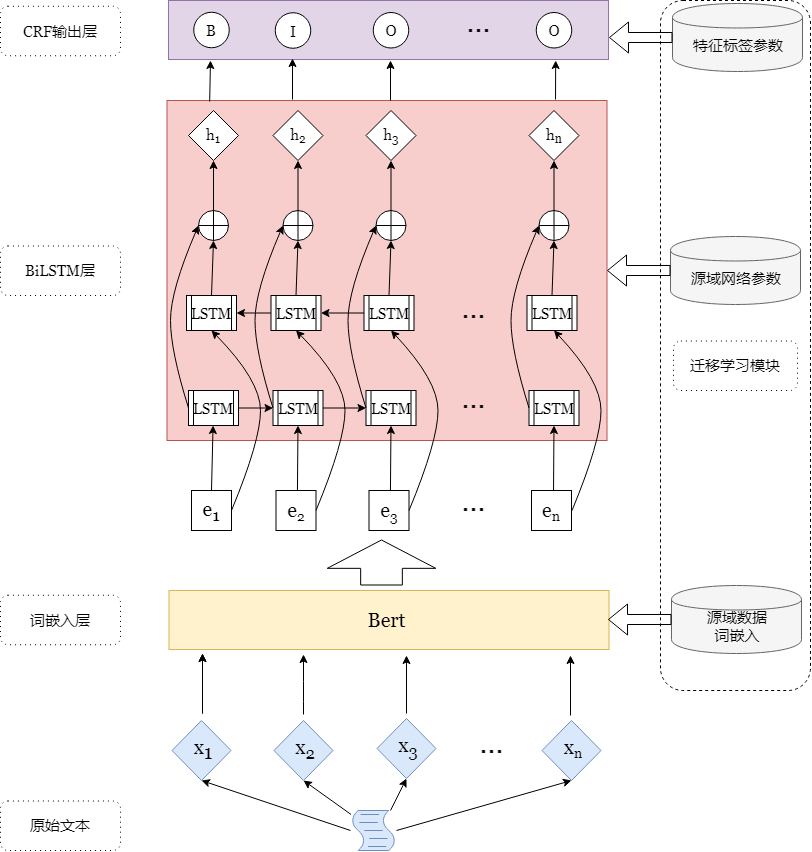
The draw.io diagram Trans-Bert-BiLSTM-CRF-CN.png in yhx123hero/CyberspaceSecurity_NER, before a commit. Source tidied: cells renumbered, new cells last; positions are measured from the earlier drawing's top-left corner, leaving out a move shared by most shapes.
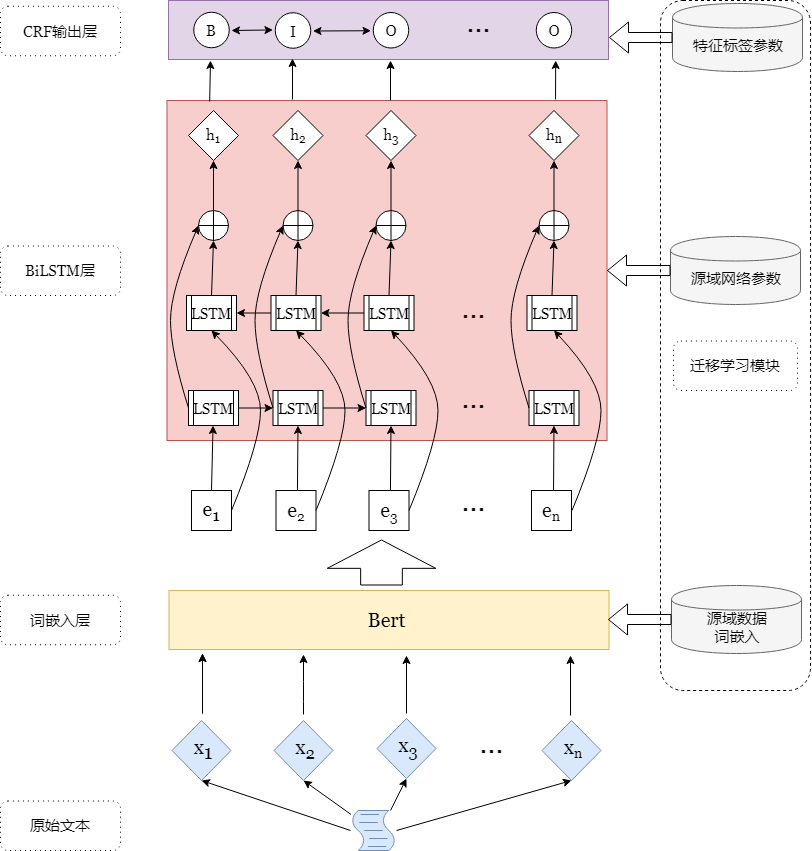
After the commit.

The edit, as a diff of the source:
```diff
@@ -434,5 +434,11 @@
     <mxCell id="116" style="endArrow=classic;html=1;entryX=0.5;entryY=1;entryDx=0;entryDy=0;exitX=0.551;exitY=-0.009;exitDx=0;exitDy=0;exitPerimeter=0;" parent="1" edge="1" source="31" target="69">
       <mxGeometry relative="1" as="geometry" />
     </mxCell>
+    <mxCell id="117" style="endArrow=classic;startArrow=classic;html=1;exitX=1;exitY=0.5;exitDx=0;exitDy=0;entryX=-0.001;entryY=0.448;entryDx=0;entryDy=0;entryPerimeter=0;" parent="1" edge="1" source="85" target="87">
+      <mxGeometry relative="1" as="geometry" />
+    </mxCell>
+    <mxCell id="118" style="endArrow=classic;startArrow=classic;html=1;exitX=1;exitY=0.5;exitDx=0;exitDy=0;entryX=0;entryY=0.5;entryDx=0;entryDy=0;" parent="1" edge="1" source="87" target="89">
+      <mxGeometry relative="1" as="geometry" />
+    </mxCell>
   </root>
 </mxGraphModel>
```
